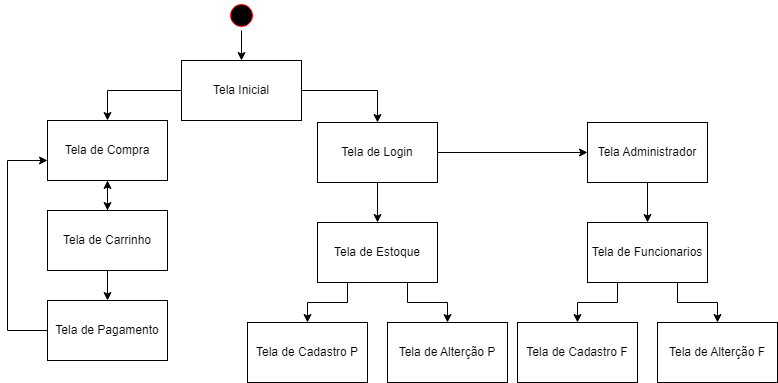
The draw.io diagram Diagrama de Atividades/Diagrama de atividade.png in Rovani123/PISAGP, before a commit. Source tidied: cells renumbered, new cells last; positions are measured from the earlier drawing's top-left corner, leaving out a move shared by most shapes. Source of this version:
```xml
<mxGraphModel>
  <root>
    <mxCell id="0" />
    <mxCell id="1" parent="0" />
    <mxCell id="2" style="edgeStyle=orthogonalEdgeStyle;rounded=0;jettySize=auto;html=1;entryX=0.5;entryY=0;entryDx=0;entryDy=0;" parent="1" edge="1" source="3" target="6">
      <mxGeometry relative="1" as="geometry" />
    </mxCell>
    <mxCell id="3" style="ellipse;html=1;shape=startState;fillColor=#000000;strokeColor=#ff0000;" parent="1" vertex="1">
      <mxGeometry x="219" width="30" height="30" as="geometry" />
    </mxCell>
    <mxCell id="4" style="edgeStyle=orthogonalEdgeStyle;rounded=0;jettySize=auto;html=1;entryX=0.5;entryY=0;entryDx=0;entryDy=0;" parent="1" edge="1" source="6" target="13">
      <mxGeometry relative="1" as="geometry" />
    </mxCell>
    <mxCell id="5" style="edgeStyle=orthogonalEdgeStyle;rounded=0;jettySize=auto;html=1;entryX=0.5;entryY=0;entryDx=0;entryDy=0;" parent="1" edge="1" source="6" target="11">
      <mxGeometry relative="1" as="geometry" />
    </mxCell>
    <mxCell id="6" value="Tela Inicial" style="rounded=0;whiteSpace=wrap;html=1;" parent="1" vertex="1">
      <mxGeometry x="174" y="60" width="120" height="60" as="geometry" />
    </mxCell>
    <mxCell id="7" style="edgeStyle=orthogonalEdgeStyle;rounded=0;jettySize=auto;html=1;entryX=0.5;entryY=0;entryDx=0;entryDy=0;" parent="1" edge="1" source="8" target="16">
      <mxGeometry relative="1" as="geometry" />
    </mxCell>
    <mxCell id="8" value="Tela Administrador" style="rounded=0;whiteSpace=wrap;html=1;" parent="1" vertex="1">
      <mxGeometry x="580" y="122" width="120" height="60" as="geometry" />
    </mxCell>
    <mxCell id="9" style="edgeStyle=orthogonalEdgeStyle;rounded=0;jettySize=auto;html=1;entryX=0;entryY=0.5;entryDx=0;entryDy=0;" parent="1" edge="1" source="11" target="8">
      <mxGeometry relative="1" as="geometry" />
    </mxCell>
    <mxCell id="10" style="edgeStyle=orthogonalEdgeStyle;rounded=0;jettySize=auto;html=1;" parent="1" edge="1" source="11" target="28">
      <mxGeometry relative="1" as="geometry" />
    </mxCell>
    <mxCell id="11" value="Tela de Login" style="rounded=0;whiteSpace=wrap;html=1;" parent="1" vertex="1">
      <mxGeometry x="310" y="122" width="120" height="60" as="geometry" />
    </mxCell>
    <mxCell id="12" style="edgeStyle=orthogonalEdgeStyle;rounded=0;jettySize=auto;html=1;entryX=0.5;entryY=0;entryDx=0;entryDy=0;" parent="1" edge="1" source="13" target="19">
      <mxGeometry relative="1" as="geometry" />
    </mxCell>
    <mxCell id="13" value="Tela de C&lt;span style=&quot;background-color: initial;&quot;&gt;ompra&lt;/span&gt;" style="rounded=0;whiteSpace=wrap;html=1;" parent="1" vertex="1">
      <mxGeometry x="40" y="120" width="120" height="60" as="geometry" />
    </mxCell>
    <mxCell id="14" style="edgeStyle=orthogonalEdgeStyle;rounded=0;jettySize=auto;html=1;entryX=0.5;entryY=0;entryDx=0;entryDy=0;exitX=0.25;exitY=1;exitDx=0;exitDy=0;" parent="1" edge="1" source="16" target="20">
      <mxGeometry relative="1" as="geometry" />
    </mxCell>
    <mxCell id="15" style="edgeStyle=orthogonalEdgeStyle;rounded=0;jettySize=auto;html=1;exitX=0.75;exitY=1;exitDx=0;exitDy=0;" parent="1" edge="1" source="16" target="21">
      <mxGeometry relative="1" as="geometry" />
    </mxCell>
    <mxCell id="16" value="Tela de Funcionarios" style="rounded=0;whiteSpace=wrap;html=1;" parent="1" vertex="1">
      <mxGeometry x="580" y="222" width="120" height="60" as="geometry" />
    </mxCell>
    <mxCell id="17" style="edgeStyle=orthogonalEdgeStyle;rounded=0;jettySize=auto;html=1;entryX=0.5;entryY=1;entryDx=0;entryDy=0;" parent="1" edge="1" source="19" target="13">
      <mxGeometry relative="1" as="geometry" />
    </mxCell>
    <mxCell id="18" style="edgeStyle=orthogonalEdgeStyle;rounded=0;jettySize=auto;html=1;entryX=0.5;entryY=0;entryDx=0;entryDy=0;" parent="1" edge="1" source="19" target="23">
      <mxGeometry relative="1" as="geometry" />
    </mxCell>
    <mxCell id="19" value="Tela de Carrinho" style="rounded=0;whiteSpace=wrap;html=1;" parent="1" vertex="1">
      <mxGeometry x="40" y="210" width="120" height="60" as="geometry" />
    </mxCell>
    <mxCell id="20" value="Tela de Cadastro F" style="rounded=0;whiteSpace=wrap;html=1;" parent="1" vertex="1">
      <mxGeometry x="510" y="322" width="120" height="60" as="geometry" />
    </mxCell>
    <mxCell id="21" value="Tela de Alterção F" style="rounded=0;whiteSpace=wrap;html=1;" parent="1" vertex="1">
      <mxGeometry x="650" y="322" width="120" height="60" as="geometry" />
    </mxCell>
    <mxCell id="22" style="edgeStyle=orthogonalEdgeStyle;rounded=0;jettySize=auto;html=1;" parent="1" edge="1" source="23">
      <mxGeometry relative="1" as="geometry">
        <mxPoint x="40" y="160" as="targetPoint" />
        <Array as="points">
          <mxPoint y="330" />
          <mxPoint y="160" />
          <mxPoint x="40" y="160" />
        </Array>
      </mxGeometry>
    </mxCell>
    <mxCell id="23" value="Tela de Pagamento" style="rounded=0;whiteSpace=wrap;html=1;" parent="1" vertex="1">
      <mxGeometry x="40" y="300" width="120" height="60" as="geometry" />
    </mxCell>
    <mxCell id="24" value="Tela de Cadastro P" style="rounded=0;whiteSpace=wrap;html=1;" parent="1" vertex="1">
      <mxGeometry x="240" y="322" width="120" height="60" as="geometry" />
    </mxCell>
    <mxCell id="25" value="Tela de Alterção P" style="rounded=0;whiteSpace=wrap;html=1;" parent="1" vertex="1">
      <mxGeometry x="380" y="322" width="120" height="60" as="geometry" />
    </mxCell>
    <mxCell id="26" style="edgeStyle=orthogonalEdgeStyle;rounded=0;jettySize=auto;html=1;exitX=0.25;exitY=1;exitDx=0;exitDy=0;" parent="1" edge="1" source="28" target="24">
      <mxGeometry relative="1" as="geometry" />
    </mxCell>
    <mxCell id="27" style="edgeStyle=orthogonalEdgeStyle;rounded=0;jettySize=auto;html=1;entryX=0.5;entryY=0;entryDx=0;entryDy=0;exitX=0.75;exitY=1;exitDx=0;exitDy=0;" parent="1" edge="1" source="28" target="25">
      <mxGeometry relative="1" as="geometry" />
    </mxCell>
    <mxCell id="28" value="Tela de Estoque" style="rounded=0;whiteSpace=wrap;html=1;" parent="1" vertex="1">
      <mxGeometry x="310" y="222" width="120" height="60" as="geometry" />
    </mxCell>
  </root>
</mxGraphModel>
```
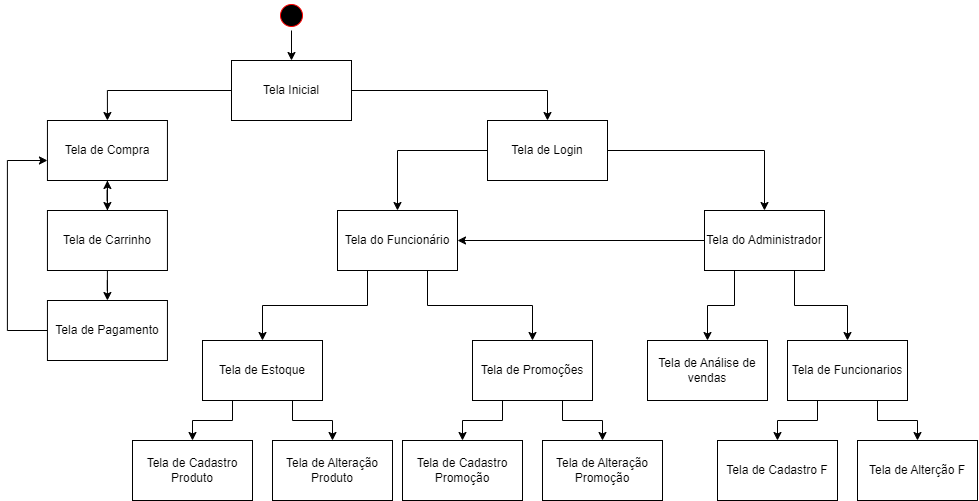
After the change.

Commit message:
Diagramas certim

Diff of the diagram source:
```diff
@@ -17,26 +17,32 @@
     <mxCell id="6" value="Tela Inicial" style="rounded=0;whiteSpace=wrap;html=1;" parent="1" vertex="1">
       <mxGeometry x="174" y="60" width="120" height="60" as="geometry" />
     </mxCell>
-    <mxCell id="7" style="edgeStyle=orthogonalEdgeStyle;rounded=0;jettySize=auto;html=1;entryX=0.5;entryY=0;entryDx=0;entryDy=0;" parent="1" edge="1" source="8" target="16">
+    <mxCell id="7" style="edgeStyle=orthogonalEdgeStyle;rounded=0;jettySize=auto;html=1;entryX=0.5;entryY=0;entryDx=0;entryDy=0;exitX=0.75;exitY=1;exitDx=0;exitDy=0;" parent="1" edge="1" source="8" target="16">
       <mxGeometry relative="1" as="geometry" />
     </mxCell>
+    <mxCell id="29" style="edgeStyle=orthogonalEdgeStyle;rounded=0;jettySize=auto;html=1;entryX=1;entryY=0.5;entryDx=0;entryDy=0;" parent="1" edge="1" source="8" target="34">
+      <mxGeometry relative="1" as="geometry" />
+    </mxCell>
+    <mxCell id="30" style="edgeStyle=orthogonalEdgeStyle;rounded=0;jettySize=auto;html=1;entryX=0.5;entryY=0;entryDx=0;entryDy=0;exitX=0.25;exitY=1;exitDx=0;exitDy=0;" parent="1" edge="1" source="8" target="40">
+      <mxGeometry relative="1" as="geometry" />
+    </mxCell>
-    <mxCell id="8" value="Tela Administrador" style="rounded=0;whiteSpace=wrap;html=1;" parent="1" vertex="1">
-      <mxGeometry x="580" y="122" width="120" height="60" as="geometry" />
+    <mxCell id="8" value="Tela do Administrador" style="rounded=0;whiteSpace=wrap;html=1;" parent="1" vertex="1">
+      <mxGeometry x="647" y="210" width="120" height="60" as="geometry" />
     </mxCell>
-    <mxCell id="9" style="edgeStyle=orthogonalEdgeStyle;rounded=0;jettySize=auto;html=1;entryX=0;entryY=0.5;entryDx=0;entryDy=0;" parent="1" edge="1" source="11" target="8">
+    <mxCell id="9" style="edgeStyle=orthogonalEdgeStyle;rounded=0;jettySize=auto;html=1;entryX=0.5;entryY=0;entryDx=0;entryDy=0;" parent="1" edge="1" source="11" target="8">
       <mxGeometry relative="1" as="geometry" />
     </mxCell>
-    <mxCell id="10" style="edgeStyle=orthogonalEdgeStyle;rounded=0;jettySize=auto;html=1;" parent="1" edge="1" source="11" target="28">
-      <mxGeometry relative="1" as="geometry" />
-    </mxCell>
+    <mxCell id="31" style="edgeStyle=orthogonalEdgeStyle;rounded=0;jettySize=auto;html=1;entryX=0.5;entryY=0;entryDx=0;entryDy=0;exitX=0;exitY=0.5;exitDx=0;exitDy=0;" parent="1" edge="1" source="11" target="34">
+      <mxGeometry relative="1" as="geometry" />
+    </mxCell>
     <mxCell id="11" value="Tela de Login" style="rounded=0;whiteSpace=wrap;html=1;" parent="1" vertex="1">
-      <mxGeometry x="310" y="122" width="120" height="60" as="geometry" />
+      <mxGeometry x="430" y="120" width="120" height="60" as="geometry" />
     </mxCell>
     <mxCell id="12" style="edgeStyle=orthogonalEdgeStyle;rounded=0;jettySize=auto;html=1;entryX=0.5;entryY=0;entryDx=0;entryDy=0;" parent="1" edge="1" source="13" target="19">
       <mxGeometry relative="1" as="geometry" />
     </mxCell>
     <mxCell id="13" value="Tela de C&lt;span style=&quot;background-color: initial;&quot;&gt;ompra&lt;/span&gt;" style="rounded=0;whiteSpace=wrap;html=1;" parent="1" vertex="1">
-      <mxGeometry x="40" y="120" width="120" height="60" as="geometry" />
+      <mxGeometry x="-10.1" y="120" width="120" height="60" as="geometry" />
     </mxCell>
     <mxCell id="14" style="edgeStyle=orthogonalEdgeStyle;rounded=0;jettySize=auto;html=1;entryX=0.5;entryY=0;entryDx=0;entryDy=0;exitX=0.25;exitY=1;exitDx=0;exitDy=0;" parent="1" edge="1" source="16" target="20">
       <mxGeometry relative="1" as="geometry" />
@@ -45,7 +51,7 @@
       <mxGeometry relative="1" as="geometry" />
     </mxCell>
     <mxCell id="16" value="Tela de Funcionarios" style="rounded=0;whiteSpace=wrap;html=1;" parent="1" vertex="1">
-      <mxGeometry x="580" y="222" width="120" height="60" as="geometry" />
+      <mxGeometry x="730" y="340" width="120" height="60" as="geometry" />
     </mxCell>
     <mxCell id="17" style="edgeStyle=orthogonalEdgeStyle;rounded=0;jettySize=auto;html=1;entryX=0.5;entryY=1;entryDx=0;entryDy=0;" parent="1" edge="1" source="19" target="13">
       <mxGeometry relative="1" as="geometry" />
@@ -54,32 +60,32 @@
       <mxGeometry relative="1" as="geometry" />
     </mxCell>
     <mxCell id="19" value="Tela de Carrinho" style="rounded=0;whiteSpace=wrap;html=1;" parent="1" vertex="1">
-      <mxGeometry x="40" y="210" width="120" height="60" as="geometry" />
+      <mxGeometry x="-10.1" y="210" width="120" height="60" as="geometry" />
     </mxCell>
     <mxCell id="20" value="Tela de Cadastro F" style="rounded=0;whiteSpace=wrap;html=1;" parent="1" vertex="1">
-      <mxGeometry x="510" y="322" width="120" height="60" as="geometry" />
+      <mxGeometry x="660" y="440" width="120" height="60" as="geometry" />
     </mxCell>
     <mxCell id="21" value="Tela de Alterção F" style="rounded=0;whiteSpace=wrap;html=1;" parent="1" vertex="1">
-      <mxGeometry x="650" y="322" width="120" height="60" as="geometry" />
+      <mxGeometry x="800" y="440" width="120" height="60" as="geometry" />
     </mxCell>
     <mxCell id="22" style="edgeStyle=orthogonalEdgeStyle;rounded=0;jettySize=auto;html=1;" parent="1" edge="1" source="23">
       <mxGeometry relative="1" as="geometry">
-        <mxPoint x="40" y="160" as="targetPoint" />
+        <mxPoint x="-10.1" y="160" as="targetPoint" />
         <Array as="points">
-          <mxPoint y="330" />
-          <mxPoint y="160" />
-          <mxPoint x="40" y="160" />
+          <mxPoint x="-50.1" y="330" />
+          <mxPoint x="-50.1" y="160" />
+          <mxPoint x="-10.1" y="160" />
         </Array>
       </mxGeometry>
     </mxCell>
     <mxCell id="23" value="Tela de Pagamento" style="rounded=0;whiteSpace=wrap;html=1;" parent="1" vertex="1">
-      <mxGeometry x="40" y="300" width="120" height="60" as="geometry" />
+      <mxGeometry x="-10.1" y="300" width="120" height="60" as="geometry" />
     </mxCell>
-    <mxCell id="24" value="Tela de Cadastro P" style="rounded=0;whiteSpace=wrap;html=1;" parent="1" vertex="1">
-      <mxGeometry x="240" y="322" width="120" height="60" as="geometry" />
+    <mxCell id="24" value="Tela de Cadastro&lt;div&gt;Produto&lt;/div&gt;" style="rounded=0;whiteSpace=wrap;html=1;" parent="1" vertex="1">
+      <mxGeometry x="75" y="440" width="120" height="60" as="geometry" />
     </mxCell>
-    <mxCell id="25" value="Tela de Alterção P" style="rounded=0;whiteSpace=wrap;html=1;" parent="1" vertex="1">
-      <mxGeometry x="380" y="322" width="120" height="60" as="geometry" />
+    <mxCell id="25" value="Tela de Alteração&lt;div&gt;Produto&lt;br&gt;&lt;/div&gt;" style="rounded=0;whiteSpace=wrap;html=1;" parent="1" vertex="1">
+      <mxGeometry x="215" y="440" width="120" height="60" as="geometry" />
     </mxCell>
     <mxCell id="26" style="edgeStyle=orthogonalEdgeStyle;rounded=0;jettySize=auto;html=1;exitX=0.25;exitY=1;exitDx=0;exitDy=0;" parent="1" edge="1" source="28" target="24">
       <mxGeometry relative="1" as="geometry" />
@@ -88,7 +94,34 @@
       <mxGeometry relative="1" as="geometry" />
     </mxCell>
     <mxCell id="28" value="Tela de Estoque" style="rounded=0;whiteSpace=wrap;html=1;" parent="1" vertex="1">
-      <mxGeometry x="310" y="222" width="120" height="60" as="geometry" />
+      <mxGeometry x="145" y="340" width="120" height="60" as="geometry" />
     </mxCell>
+    <mxCell id="32" style="edgeStyle=orthogonalEdgeStyle;rounded=0;jettySize=auto;html=1;entryX=0.5;entryY=0;entryDx=0;entryDy=0;exitX=0.25;exitY=1;exitDx=0;exitDy=0;" parent="1" edge="1" source="34" target="28">
+      <mxGeometry relative="1" as="geometry" />
+    </mxCell>
+    <mxCell id="33" style="edgeStyle=orthogonalEdgeStyle;rounded=0;jettySize=auto;html=1;entryX=0.5;entryY=0;entryDx=0;entryDy=0;exitX=0.75;exitY=1;exitDx=0;exitDy=0;" parent="1" edge="1" source="34" target="37">
+      <mxGeometry relative="1" as="geometry" />
+    </mxCell>
+    <mxCell id="34" value="Tela do Funcionário" style="rounded=0;whiteSpace=wrap;html=1;" parent="1" vertex="1">
+      <mxGeometry x="280" y="210" width="120" height="60" as="geometry" />
+    </mxCell>
+    <mxCell id="35" style="edgeStyle=orthogonalEdgeStyle;rounded=0;jettySize=auto;html=1;entryX=0.5;entryY=0;entryDx=0;entryDy=0;exitX=0.25;exitY=1;exitDx=0;exitDy=0;" parent="1" edge="1" source="37" target="38">
+      <mxGeometry relative="1" as="geometry" />
+    </mxCell>
+    <mxCell id="36" style="edgeStyle=orthogonalEdgeStyle;rounded=0;jettySize=auto;html=1;entryX=0.5;entryY=0;entryDx=0;entryDy=0;exitX=0.75;exitY=1;exitDx=0;exitDy=0;" parent="1" edge="1" source="37" target="39">
+      <mxGeometry relative="1" as="geometry" />
+    </mxCell>
+    <mxCell id="37" value="Tela de Promoções" style="rounded=0;whiteSpace=wrap;html=1;" parent="1" vertex="1">
+      <mxGeometry x="415" y="340" width="120" height="60" as="geometry" />
+    </mxCell>
+    <mxCell id="38" value="Tela de Cadastro&lt;div&gt;Promoção&lt;br&gt;&lt;/div&gt;" style="rounded=0;whiteSpace=wrap;html=1;" parent="1" vertex="1">
+      <mxGeometry x="345" y="440" width="120" height="60" as="geometry" />
+    </mxCell>
+    <mxCell id="39" value="Tela de Alteração&lt;div&gt;Promoção&lt;/div&gt;" style="rounded=0;whiteSpace=wrap;html=1;" parent="1" vertex="1">
+      <mxGeometry x="485" y="440" width="120" height="60" as="geometry" />
+    </mxCell>
+    <mxCell id="40" value="Tela de Análise de vendas" style="rounded=0;whiteSpace=wrap;html=1;" parent="1" vertex="1">
+      <mxGeometry x="590" y="340" width="120" height="60" as="geometry" />
+    </mxCell>
   </root>
 </mxGraphModel>
```
